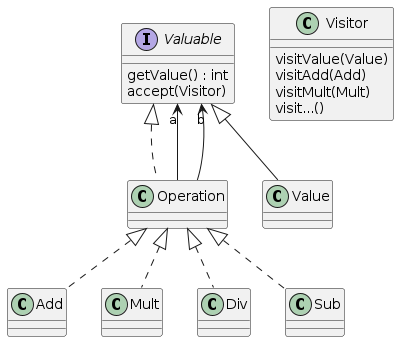
Before: Documentation/Composite Operations Math.png, a diagram exported from PlantUML (florentBourgeois/ENSISA_2022_Calculatrice).
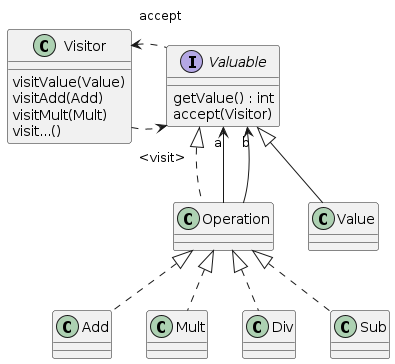
The same diagram one commit later.

Commit message:
enhance uml clarity

The edit, as a diff of the source:
```diff
@@ -27,4 +27,7 @@
   visitMult(Mult)
   visit...()
 }
+
+Visitor .> "<visit>" Valuable
+Visitor "accept" <.  Valuable
 @enduml
```
